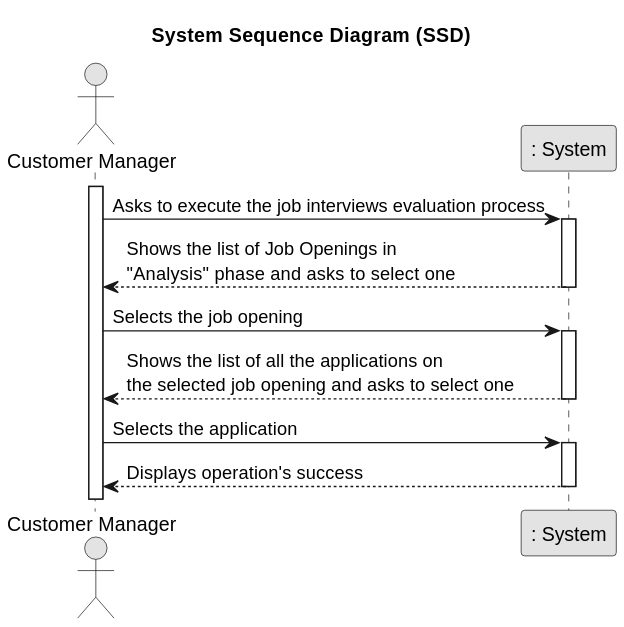
The PlantUML diagram docs/SprintC/1-job-interviews-evaluation/system-sequence-diagram.svg in MiguelCardoso77/LAPR4, before a commit. Source of this version:
```plantuml
@startuml

skinparam monochrome true
skinparam packageStyle rectangle
skinparam shadowing false

title System Sequence Diagram (SSD)

actor "Customer Manager" as CM
participant ": System" as S

activate CM

CM -> S : Asks to execute the job interviews evaluation process

activate S

S --> CM : Shows the list of Job Openings in \n"Analysis" phase and asks to select one

deactivate S

CM -> S :  Selects the job opening

activate S

S --> CM : Shows the list of all the applications on \nthe selected job opening and asks to select one

deactivate S

CM -> S : Selects the application

activate S

S --> CM : Displays operation's success

deactivate S
@enduml
```
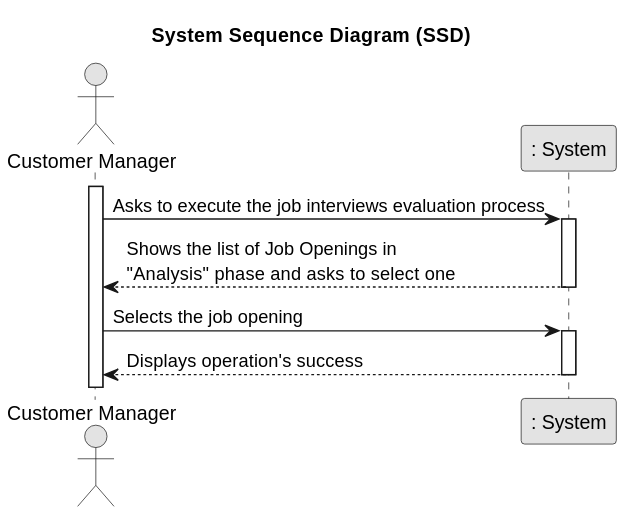
After the commit.

Diff of the diagram source:
```diff
@@ -23,14 +23,6 @@
 
 activate S
 
-S --> CM : Shows the list of all the applications on \nthe selected job opening and asks to select one
-
-deactivate S
-
-CM -> S : Selects the application
-
-activate S
-
 S --> CM : Displays operation's success
 
 deactivate S
```
